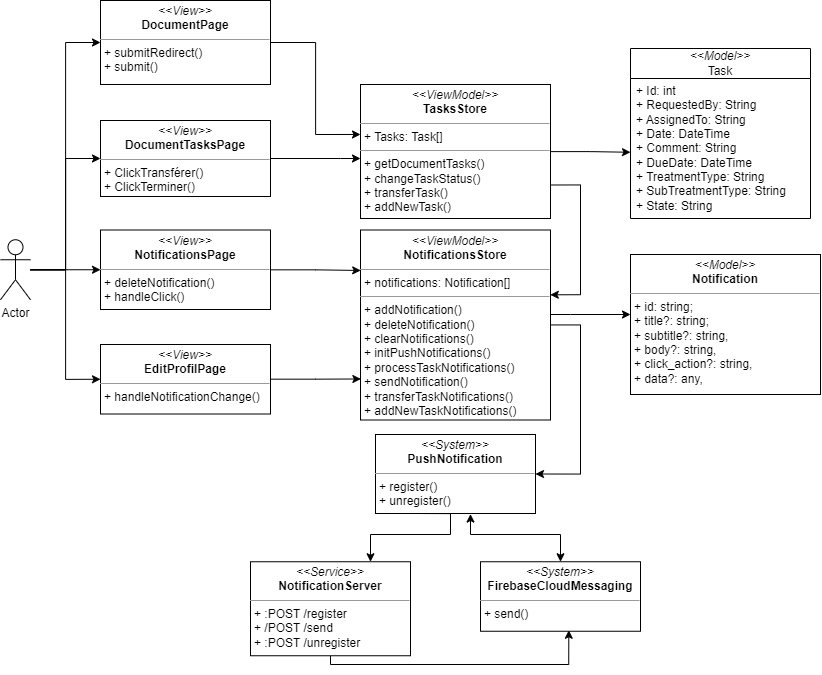
This is images_pfe/dcc_sprint8.png from PFE-Neoledge-2023/rapport, a draw.io export, as it was before one commit. Source tidied: cells renumbered, new cells last; positions are measured from the earlier drawing's top-left corner, leaving out a move shared by most shapes.
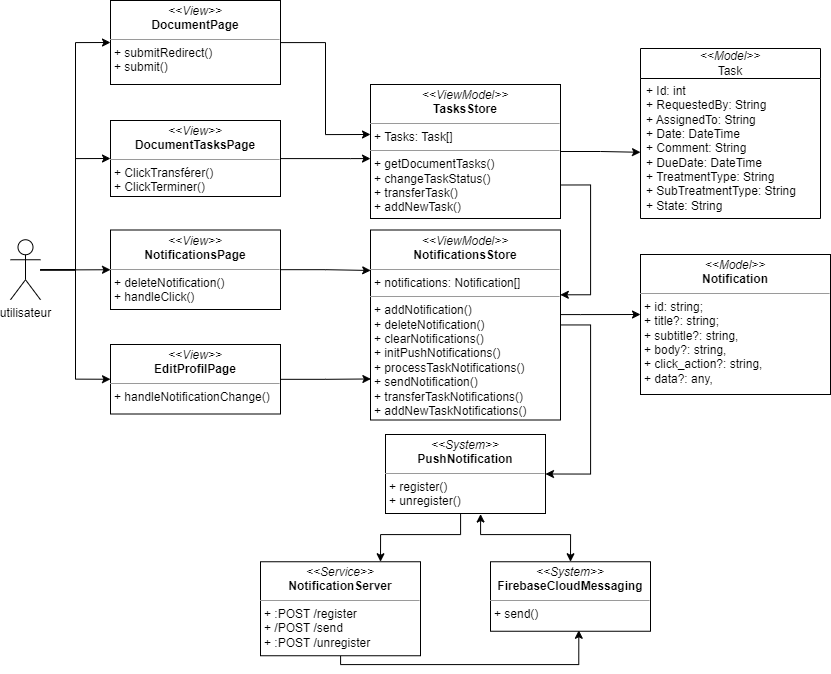
Later version of the same file.

Diff of the diagram source:
```diff
@@ -14,7 +14,7 @@
     <mxCell id="5" style="edgeStyle=orthogonalEdgeStyle;rounded=0;html=1;entryX=0;entryY=0.5;entryDx=0;entryDy=0;startArrow=none;startFill=0;endArrow=classic;endFill=1;" parent="1" edge="1" source="6" target="29">
       <mxGeometry relative="1" as="geometry" />
     </mxCell>
-    <mxCell id="6" value="Actor" style="shape=umlActor;verticalLabelPosition=bottom;verticalAlign=top;html=1;outlineConnect=0;" parent="1" vertex="1">
+    <mxCell id="6" value="utilisateur" style="shape=umlActor;verticalLabelPosition=bottom;verticalAlign=top;html=1;outlineConnect=0;" parent="1" vertex="1">
       <mxGeometry y="239.2" width="30" height="60" as="geometry" />
     </mxCell>
     <mxCell id="7" style="edgeStyle=orthogonalEdgeStyle;html=1;entryX=0.001;entryY=0.213;entryDx=0;entryDy=0;entryPerimeter=0;rounded=0;" parent="1" edge="1" source="8" target="25">
```
